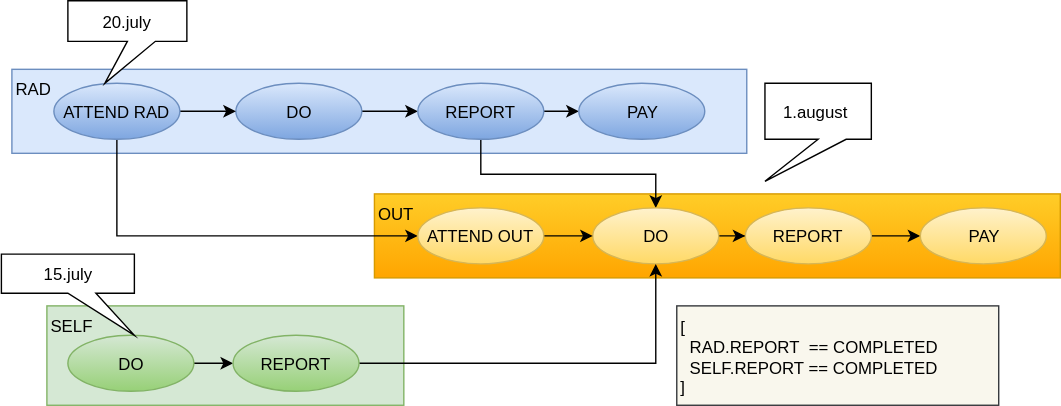
Before: 15-outpatient/images/hip_workplan_pattern_draw-Stage04.svg, a diagram exported from draw.io (openEHR/TP-examples). Source tidied: cells renumbered, new cells last; positions are measured from the earlier drawing's top-left corner, leaving out a move shared by most shapes.
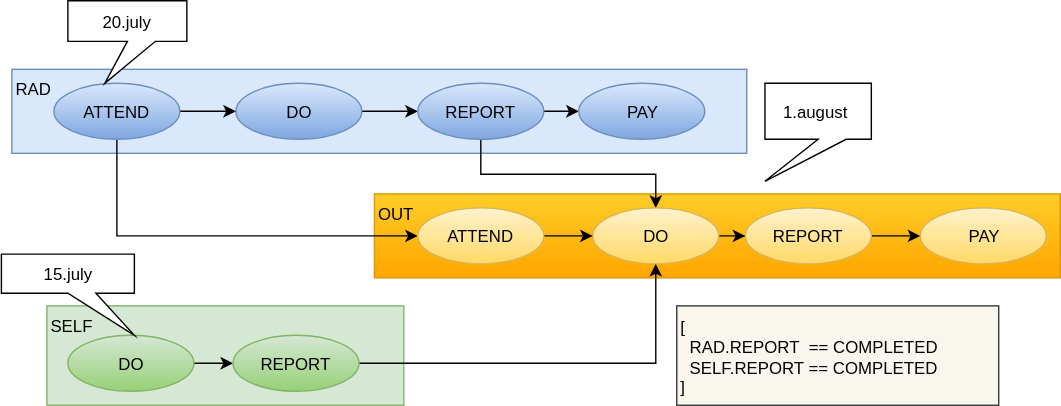
After the commit.

Change to the diagram source:
```diff
@@ -56,13 +56,13 @@
     <mxCell id="19" style="edgeStyle=orthogonalEdgeStyle;rounded=0;html=1;entryX=0;entryY=0.5;jettySize=auto;exitX=0.5;exitY=1;" parent="1" edge="1" source="20" target="22">
       <mxGeometry relative="1" as="geometry" />
     </mxCell>
-    <mxCell id="20" value="ATTEND RAD" style="ellipse;whiteSpace=wrap;html=1;fillColor=#dae8fc;strokeColor=#6c8ebf;gradientColor=#7ea6e0;" parent="1" vertex="1">
+    <mxCell id="20" value="ATTEND" style="ellipse;whiteSpace=wrap;html=1;fillColor=#dae8fc;strokeColor=#6c8ebf;gradientColor=#7ea6e0;" parent="1" vertex="1">
       <mxGeometry x="37" y="59" width="90" height="40" as="geometry" />
     </mxCell>
     <mxCell id="21" style="edgeStyle=orthogonalEdgeStyle;rounded=0;html=1;jettySize=auto;entryX=0;entryY=0.5;" parent="1" edge="1" source="22" target="11">
       <mxGeometry relative="1" as="geometry" />
     </mxCell>
-    <mxCell id="22" value="ATTEND OUT" style="ellipse;whiteSpace=wrap;html=1;fillColor=#fff2cc;strokeColor=#d6b656;gradientColor=#ffd966;" parent="1" vertex="1">
+    <mxCell id="22" value="ATTEND" style="ellipse;whiteSpace=wrap;html=1;fillColor=#fff2cc;strokeColor=#d6b656;gradientColor=#ffd966;" parent="1" vertex="1">
       <mxGeometry x="297" y="148" width="90" height="40" as="geometry" />
     </mxCell>
     <mxCell id="23" value="PAY" style="ellipse;whiteSpace=wrap;html=1;fillColor=#fff2cc;strokeColor=#d6b656;gradientColor=#ffd966;" parent="1" vertex="1">
```
